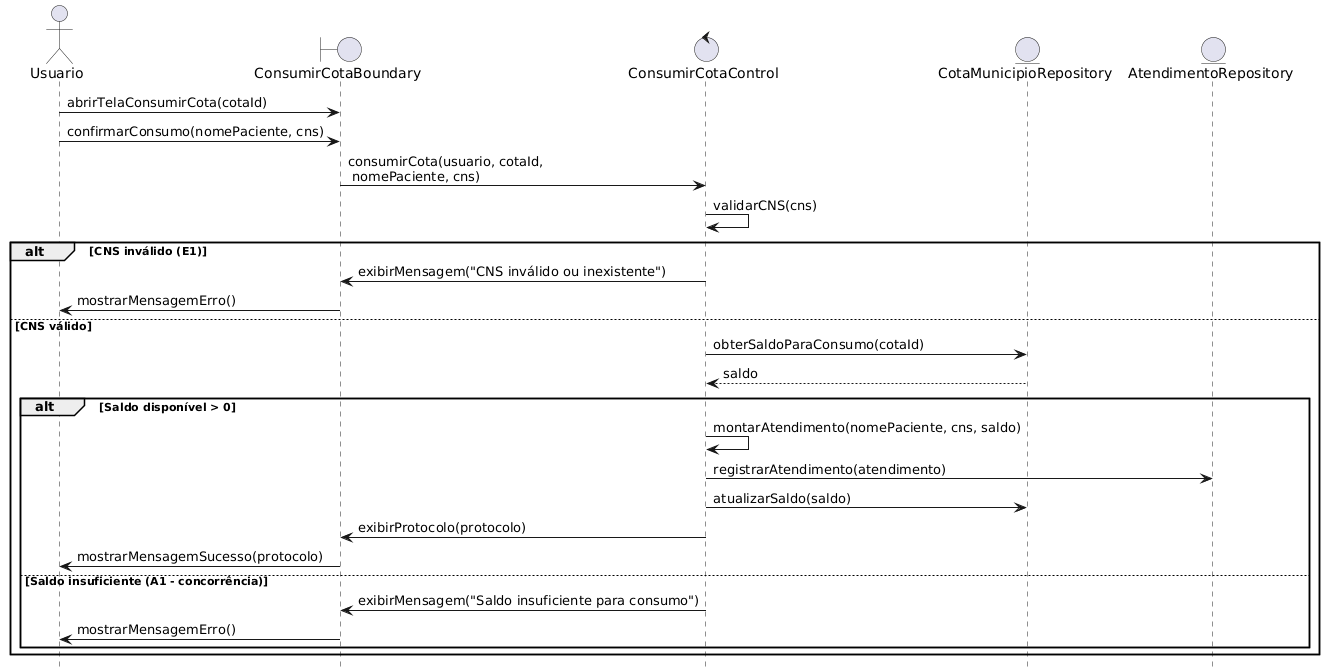
This is Diagramas de sequencia/Suc017.png from EvertonFerreir4/Sistema_De_Cotas_SES, a PlantUML export, as it was before one commit.
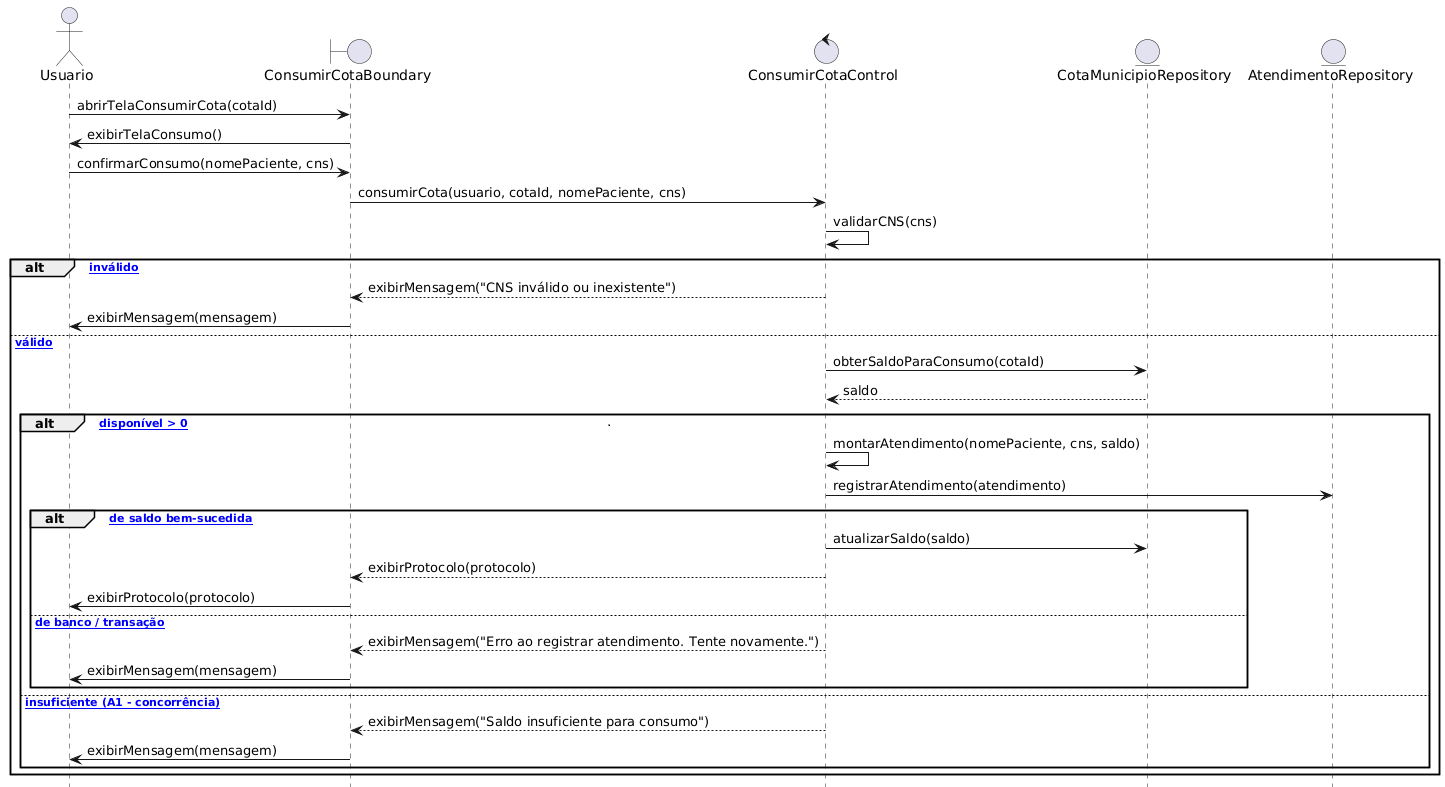
After the change.

Change to the diagram source:
```diff
@@ -1,36 +1,43 @@
 @startuml
+title UC017 - Consumir Cota
+
 actor Usuario
-
 boundary ConsumirCotaBoundary
 control ConsumirCotaControl
 entity CotaMunicipioRepository
 entity AtendimentoRepository
 
 Usuario -> ConsumirCotaBoundary: abrirTelaConsumirCota(cotaId)
+ConsumirCotaBoundary -> Usuario: exibirTelaConsumo()
 
 Usuario -> ConsumirCotaBoundary: confirmarConsumo(nomePaciente, cns)
-ConsumirCotaBoundary -> ConsumirCotaControl: consumirCota(usuario, cotaId,\n nomePaciente, cns)
+ConsumirCotaBoundary -> ConsumirCotaControl: consumirCota(usuario, cotaId, nomePaciente, cns)
 
 ConsumirCotaControl -> ConsumirCotaControl: validarCNS(cns)
 
-alt CNS inválido (E1)
-    ConsumirCotaControl -> ConsumirCotaBoundary: exibirMensagem("CNS inválido ou inexistente")
-    ConsumirCotaBoundary -> Usuario: mostrarMensagemErro()
-else CNS válido
-    ConsumirCotaControl -> CotaMunicipioRepository: obterSaldoParaConsumo(cotaId)
-    ConsumirCotaControl <-- CotaMunicipioRepository: saldo
+alt [CNS inválido]
+  ConsumirCotaControl --> ConsumirCotaBoundary: exibirMensagem("CNS inválido ou inexistente")
+  ConsumirCotaBoundary -> Usuario: exibirMensagem(mensagem)
+else [CNS válido]
+  ConsumirCotaControl -> CotaMunicipioRepository: obterSaldoParaConsumo(cotaId)
+  CotaMunicipioRepository --> ConsumirCotaControl: saldo
 
-    alt Saldo disponível > 0
-        ConsumirCotaControl -> ConsumirCotaControl: montarAtendimento(nomePaciente, cns, saldo)
+  alt [Saldo disponível > 0]
+    ConsumirCotaControl -> ConsumirCotaControl: montarAtendimento(nomePaciente, cns, saldo)
+    ConsumirCotaControl -> AtendimentoRepository: registrarAtendimento(atendimento)
 
-        ConsumirCotaControl -> AtendimentoRepository: registrarAtendimento(atendimento)
-        ConsumirCotaControl -> CotaMunicipioRepository: atualizarSaldo(saldo)
+    alt [Atualização de saldo bem-sucedida]
+      ConsumirCotaControl -> CotaMunicipioRepository: atualizarSaldo(saldo)
+      ConsumirCotaControl --> ConsumirCotaBoundary: exibirProtocolo(protocolo)
+      ConsumirCotaBoundary -> Usuario: exibirProtocolo(protocolo)
+    else [Erro de banco / transação]
+      ConsumirCotaControl --> ConsumirCotaBoundary: exibirMensagem("Erro ao registrar atendimento. Tente novamente.")
+      ConsumirCotaBoundary -> Usuario: exibirMensagem(mensagem)
+    end
 
-        ConsumirCotaControl -> ConsumirCotaBoundary: exibirProtocolo(protocolo)
-        ConsumirCotaBoundary -> Usuario: mostrarMensagemSucesso(protocolo)
-    else Saldo insuficiente (A1 - concorrência)
-        ConsumirCotaControl -> ConsumirCotaBoundary: exibirMensagem("Saldo insuficiente para consumo")
-        ConsumirCotaBoundary -> Usuario: mostrarMensagemErro()
-    end
+  else [Saldo insuficiente (A1 - concorrência)]
+    ConsumirCotaControl --> ConsumirCotaBoundary: exibirMensagem("Saldo insuficiente para consumo")
+    ConsumirCotaBoundary -> Usuario: exibirMensagem(mensagem)
+  end
 end
 @enduml
```
